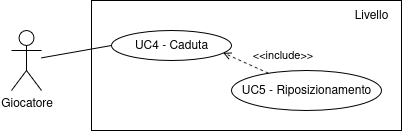
Above: Documentazione/source/imgs/uc-caduta.png in fliposab/ProgettoStage (draw.io), before the change. Source tidied: cells renumbered, new cells last; positions are measured from the earlier drawing's top-left corner, leaving out a move shared by most shapes. The source it was exported from:
```xml
<mxGraphModel>
  <root>
    <mxCell id="0" />
    <mxCell id="1" parent="0" />
    <mxCell id="2" style="rounded=0;whiteSpace=wrap;html=1;gradientColor=none;" parent="1" vertex="1">
      <mxGeometry x="80" width="310" height="130" as="geometry" />
    </mxCell>
    <mxCell id="3" style="rounded=0;jettySize=auto;html=1;entryX=0;entryY=0.5;entryDx=0;entryDy=0;endArrow=none;startFill=0;" parent="1" edge="1" source="4" target="5">
      <mxGeometry relative="1" as="geometry" />
    </mxCell>
    <mxCell id="4" value="Giocatore" style="shape=umlActor;verticalLabelPosition=bottom;verticalAlign=top;html=1;outlineConnect=0;" parent="1" vertex="1">
      <mxGeometry y="30" width="30" height="60" as="geometry" />
    </mxCell>
    <mxCell id="5" value="UC4 - Caduta" style="ellipse;whiteSpace=wrap;html=1;" parent="1" vertex="1">
      <mxGeometry x="100" y="30" width="120" height="30" as="geometry" />
    </mxCell>
    <mxCell id="6" value="Livello" style="text;html=1;align=center;verticalAlign=middle;whiteSpace=wrap;rounded=0;" parent="1" vertex="1">
      <mxGeometry x="330" width="60" height="30" as="geometry" />
    </mxCell>
    <mxCell id="7" value="UC5 - Riposizionamento" style="ellipse;whiteSpace=wrap;html=1;" parent="1" vertex="1">
      <mxGeometry x="220" y="70" width="150" height="40" as="geometry" />
    </mxCell>
    <mxCell id="8" style="rounded=0;jettySize=auto;html=1;entryX=0.932;entryY=0.747;entryDx=0;entryDy=0;entryPerimeter=0;endArrow=open;endFill=0;dashed=1;" parent="1" edge="1" source="7" target="5">
      <mxGeometry relative="1" as="geometry" />
    </mxCell>
    <mxCell id="9" value="&amp;lt;&amp;lt;include&amp;gt;&amp;gt;" style="edgeLabel;html=1;align=center;verticalAlign=middle;labelBackgroundColor=none;" parent="8" vertex="1">
      <mxGeometry x="-0.32" y="1" relative="1" as="geometry">
        <mxPoint x="29" y="-12" as="offset" />
      </mxGeometry>
    </mxCell>
  </root>
</mxGraphModel>
```
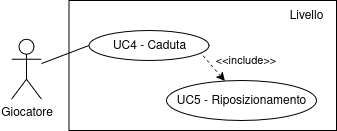
After the change.

What changed in the source:
```diff
@@ -3,24 +3,24 @@
     <mxCell id="0" />
     <mxCell id="1" parent="0" />
     <mxCell id="2" style="rounded=0;whiteSpace=wrap;html=1;gradientColor=none;" parent="1" vertex="1">
-      <mxGeometry x="80" width="310" height="130" as="geometry" />
+      <mxGeometry x="322.5" y="-45" width="267.5" height="130" as="geometry" />
     </mxCell>
     <mxCell id="3" style="rounded=0;jettySize=auto;html=1;entryX=0;entryY=0.5;entryDx=0;entryDy=0;endArrow=none;startFill=0;" parent="1" edge="1" source="4" target="5">
       <mxGeometry relative="1" as="geometry" />
     </mxCell>
     <mxCell id="4" value="Giocatore" style="shape=umlActor;verticalLabelPosition=bottom;verticalAlign=top;html=1;outlineConnect=0;" parent="1" vertex="1">
-      <mxGeometry y="30" width="30" height="60" as="geometry" />
+      <mxGeometry x="265" y="-6.2" width="30" height="60" as="geometry" />
     </mxCell>
     <mxCell id="5" value="UC4 - Caduta" style="ellipse;whiteSpace=wrap;html=1;" parent="1" vertex="1">
-      <mxGeometry x="100" y="30" width="120" height="30" as="geometry" />
+      <mxGeometry x="342.5" y="-15" width="120" height="30" as="geometry" />
     </mxCell>
     <mxCell id="6" value="Livello" style="text;html=1;align=center;verticalAlign=middle;whiteSpace=wrap;rounded=0;" parent="1" vertex="1">
-      <mxGeometry x="330" width="60" height="30" as="geometry" />
+      <mxGeometry x="530" y="-45" width="60" height="30" as="geometry" />
     </mxCell>
     <mxCell id="7" value="UC5 - Riposizionamento" style="ellipse;whiteSpace=wrap;html=1;" parent="1" vertex="1">
-      <mxGeometry x="220" y="70" width="150" height="40" as="geometry" />
+      <mxGeometry x="420" y="35" width="150" height="40" as="geometry" />
     </mxCell>
-    <mxCell id="8" style="rounded=0;jettySize=auto;html=1;entryX=0.932;entryY=0.747;entryDx=0;entryDy=0;entryPerimeter=0;endArrow=open;endFill=0;dashed=1;" parent="1" edge="1" source="7" target="5">
+    <mxCell id="8" style="rounded=0;jettySize=auto;html=1;entryX=0.932;entryY=0.747;entryDx=0;entryDy=0;entryPerimeter=0;endArrow=none;endFill=0;dashed=1;startArrow=classic;startFill=1;" parent="1" edge="1" source="7" target="5">
       <mxGeometry relative="1" as="geometry" />
     </mxCell>
     <mxCell id="9" value="&amp;lt;&amp;lt;include&amp;gt;&amp;gt;" style="edgeLabel;html=1;align=center;verticalAlign=middle;labelBackgroundColor=none;" parent="8" vertex="1">
```
